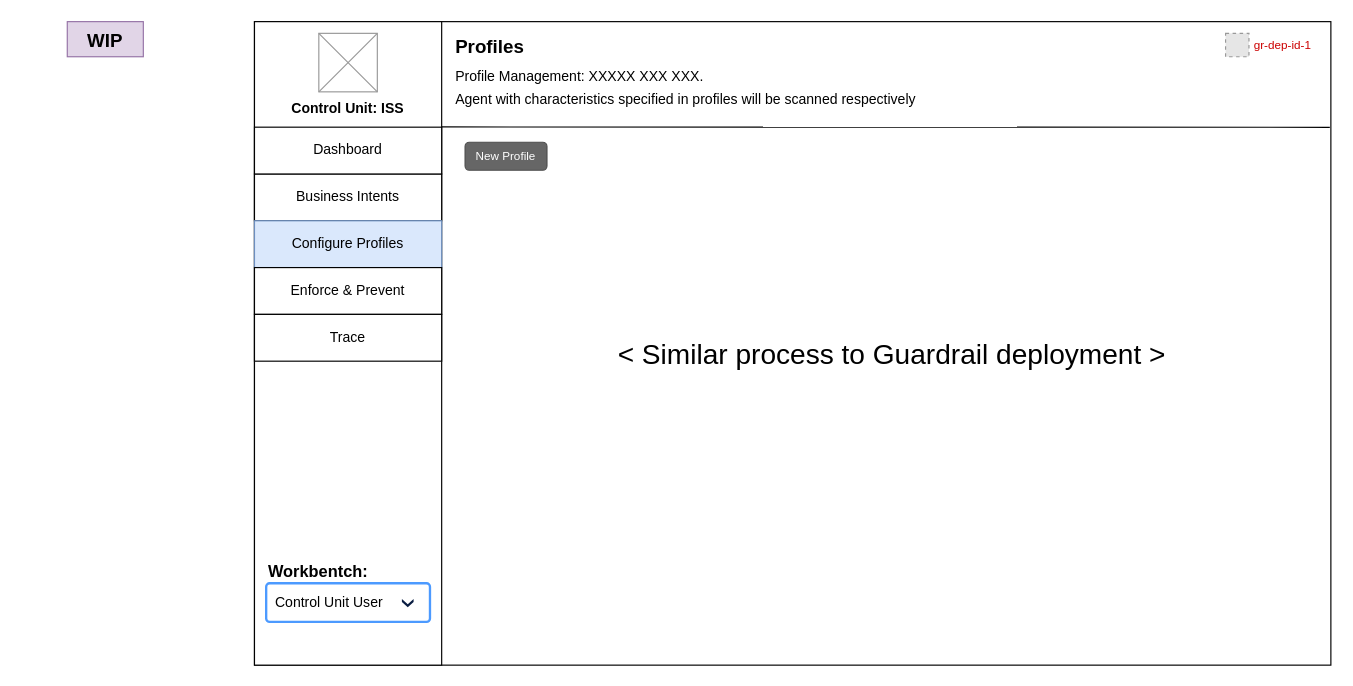
The draw.io diagram page "CUU-PF-Index" (8 of 19) of NMGR.drawio in thinker-g/fx-drive, before the edit. Source tidied: cells renumbered, new cells numbered last; positions are measured from the earlier drawing's top-left corner, leaving out a move shared by most shapes. Both pictures are drawn from the tidied source at 117%, with x=0, y=0 at pixel (67, 21). Pictures stored in the file or linked from it are replaced by grey dashed boxes.
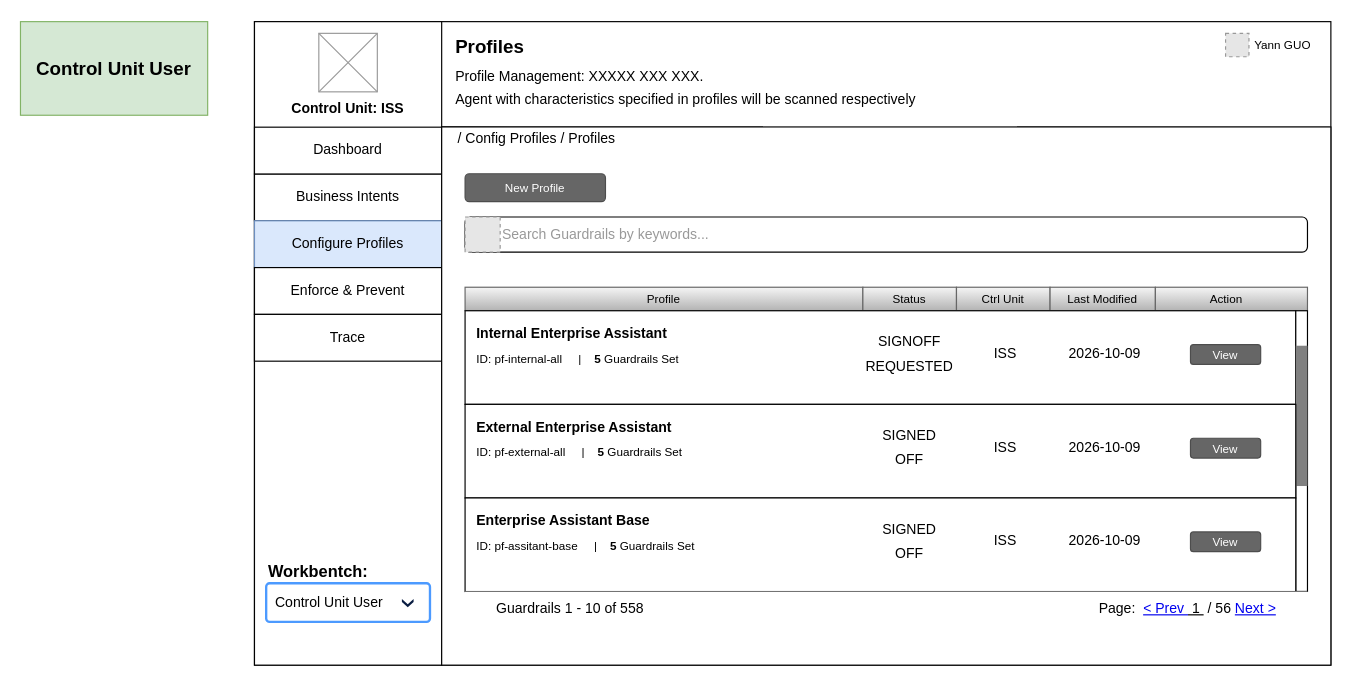
The same page after the edit.

Unchanged cells that the change refers to:
```xml
<mxCell id="5" style="group;" parent="1" vertex="1">
  <mxGeometry x="990" y="10" width="78.3" height="20" as="geometry" />
</mxCell>
```

Change to the diagram source:
```diff
@@
-    <mxCell id="7" value="gr-dep-id-1" style="text;html=1;whiteSpace=wrap;strokeColor=none;fillColor=none;align=center;verticalAlign=middle;rounded=0;autosizeText=1;fontSize=10;fontColor=#CC0000;" parent="5" vertex="1">
+    <mxCell id="7" value="Yann GUO" style="text;html=1;whiteSpace=wrap;strokeColor=none;fillColor=none;align=center;verticalAlign=middle;rounded=0;autosizeText=1;fontSize=10;fontColor=#000000;" parent="5" vertex="1">
       <mxGeometry x="20" width="58.3" height="20" as="geometry" />
     </mxCell>
-    <mxCell id="8" value="New Profile" style="rounded=1;html=1;shadow=0;dashed=0;whiteSpace=wrap;fontSize=10;fillColor=#666666;align=center;strokeColor=#4D4D4D;fontColor=#ffffff;" parent="1" vertex="1">
-      <mxGeometry x="340" y="103.1" width="70" height="23.9" as="geometry" />
-    </mxCell>
-    <mxCell id="9" value="&amp;lt; Similar process to Guardrail deployment &amp;gt;" style="text;html=1;whiteSpace=wrap;strokeColor=none;fillColor=none;align=center;verticalAlign=middle;rounded=0;fontSize=24;" parent="1" vertex="1">
-      <mxGeometry x="350" y="270" width="710" height="30" as="geometry" />
-    </mxCell>
-    <mxCell id="10" value="WIP" style="text;html=1;whiteSpace=wrap;overflow=hidden;rounded=0;spacing=0;spacingLeft=0;verticalAlign=bottom;fontSize=16;spacingBottom=4;fillColor=#e1d5e7;strokeColor=#9673a6;align=center;fontStyle=1;" parent="1" vertex="1">
-      <mxGeometry width="65" height="30" as="geometry" />
-    </mxCell>
@@
+    <mxCell id="22" style="group;" parent="1" vertex="1">
+      <mxGeometry x="320" y="90" width="760" height="460" as="geometry" />
+    </mxCell>
+    <mxCell id="23" style="rounded=0;whiteSpace=wrap;html=1;" parent="22" vertex="1">
+      <mxGeometry width="760" height="460" as="geometry" />
+    </mxCell>
+    <mxCell id="24" value="/ Config Profiles / Profiles" style="fillColor=none;strokeColor=none;html=1;fontColor=#000000;align=left;verticalAlign=middle;whiteSpace=wrap;fontSize=12;fontStyle=0;spacingLeft=12;" parent="22" vertex="1">
+      <mxGeometry width="360" height="20" as="geometry" />
+    </mxCell>
+    <mxCell id="25" style="group;" parent="22" vertex="1">
+      <mxGeometry x="20" y="77" width="720" height="30" as="geometry" />
+    </mxCell>
+    <mxCell id="26" style="rounded=1;whiteSpace=wrap;html=1;roundedPerimeter=1;" parent="25" vertex="1">
+      <mxGeometry width="720" height="30" as="geometry" />
+    </mxCell>
+    <mxCell id="27" style="fillColor=#E6E6E6;strokeColor=#999999;dashed=1;html=1;verticalAlign=top;verticalLabelPosition=bottom;labelBackgroundColor=#ffffff;" parent="25" vertex="1">
+      <mxGeometry width="30" height="30" as="geometry" />
+    </mxCell>
+    <mxCell id="28" value="Search Guardrails by keywords..." style="text;html=1;whiteSpace=wrap;strokeColor=none;fillColor=none;align=left;verticalAlign=middle;rounded=0;fontColor=#999999;" parent="25" vertex="1">
+      <mxGeometry x="30" width="220" height="30" as="geometry" />
+    </mxCell>
+    <mxCell id="29" value="Profile" style="whiteSpace=wrap;html=1;shadow=0;dashed=0;fontSize=10;align=center;fillColor=#f5f5f5;strokeColor=#666666;gradientColor=#b3b3b3;" parent="22" vertex="1">
+      <mxGeometry x="20" y="137" width="340" height="20" as="geometry" />
+    </mxCell>
+    <mxCell id="30" value="Status" style="whiteSpace=wrap;html=1;shadow=0;dashed=0;fontSize=10;align=center;fillColor=#f5f5f5;strokeColor=#666666;gradientColor=#b3b3b3;" parent="22" vertex="1">
+      <mxGeometry x="360" y="137" width="80" height="20" as="geometry" />
+    </mxCell>
+    <mxCell id="31" value="Ctrl Unit" style="whiteSpace=wrap;html=1;shadow=0;dashed=0;fontSize=10;align=center;fillColor=#f5f5f5;strokeColor=#666666;gradientColor=#b3b3b3;" parent="22" vertex="1">
+      <mxGeometry x="440" y="137" width="80" height="20" as="geometry" />
+    </mxCell>
+    <mxCell id="32" value="Last Modified" style="whiteSpace=wrap;html=1;shadow=0;dashed=0;fontSize=10;align=center;fillColor=#f5f5f5;strokeColor=#666666;gradientColor=#b3b3b3;" parent="22" vertex="1">
+      <mxGeometry x="520" y="137" width="90" height="20" as="geometry" />
+    </mxCell>
+    <mxCell id="33" value="Action&amp;nbsp; &amp;nbsp;" style="whiteSpace=wrap;html=1;shadow=0;dashed=0;fontSize=10;align=center;fillColor=#f5f5f5;strokeColor=#666666;gradientColor=#b3b3b3;" parent="22" vertex="1">
+      <mxGeometry x="610" y="137" width="130" height="20" as="geometry" />
+    </mxCell>
+    <mxCell id="34" style="group;" parent="22" vertex="1">
+      <mxGeometry x="20" y="157" width="710" height="80.1" as="geometry" />
+    </mxCell>
+    <mxCell id="35" style="rounded=0;whiteSpace=wrap;html=1;" parent="34" vertex="1">
+      <mxGeometry y="0.1" width="710" height="80" as="geometry" />
+    </mxCell>
+    <mxCell id="36" value="&lt;h3 style=&quot;margin-top: 0px; margin-bottom: 6px;&quot;&gt;&lt;span style=&quot;font-size: 12px;&quot;&gt;Internal Enterprise Assistant&lt;/span&gt;&lt;/h3&gt;&lt;p style=&quot;margin-top: 6px; margin-bottom: 6px;&quot;&gt;&lt;font style=&quot;font-size: 10px;&quot;&gt;ID: pf-internal-all&amp;nbsp; &amp;nbsp; &amp;nbsp;|&amp;nbsp; &amp;nbsp; &lt;b style=&quot;&quot;&gt;5&lt;/b&gt;&amp;nbsp;Guardrails Set&lt;/font&gt;&lt;/p&gt;" style="text;html=1;whiteSpace=wrap;overflow=hidden;rounded=0;verticalAlign=top;spacing=6;labelPosition=center;verticalLabelPosition=middle;align=left;spacingLeft=4;" parent="34" vertex="1">
+      <mxGeometry width="340" height="80" as="geometry" />
+    </mxCell>
+    <mxCell id="37" value="&lt;p style=&quot;margin-top: 0px; margin-bottom: 6px;&quot;&gt;SIGNOFF&lt;/p&gt;&lt;p style=&quot;margin-top: 0px; margin-bottom: 6px;&quot;&gt;REQUESTED&lt;/p&gt;" style="text;html=1;whiteSpace=wrap;overflow=hidden;rounded=0;verticalAlign=middle;spacing=2;labelPosition=center;verticalLabelPosition=middle;align=center;spacingLeft=0;fontSize=12;" parent="34" vertex="1">
+      <mxGeometry x="340" width="80" height="80" as="geometry" />
+    </mxCell>
+    <mxCell id="38" value="&lt;p style=&quot;margin-top: 0px; margin-bottom: 6px;&quot;&gt;ISS&lt;/p&gt;" style="text;html=1;whiteSpace=wrap;overflow=hidden;rounded=0;verticalAlign=middle;spacing=6;labelPosition=center;verticalLabelPosition=middle;align=center;spacingLeft=4;" parent="34" vertex="1">
+      <mxGeometry x="420" width="80" height="80" as="geometry" />
+    </mxCell>
+    <mxCell id="39" value="&lt;p style=&quot;margin-top: 0px; margin-bottom: 6px;&quot;&gt;2026-10-09&lt;/p&gt;" style="text;html=1;whiteSpace=wrap;overflow=hidden;rounded=0;verticalAlign=middle;spacing=6;labelPosition=center;verticalLabelPosition=middle;align=center;spacingLeft=4;" parent="34" vertex="1">
+      <mxGeometry x="500" width="90" height="80" as="geometry" />
+    </mxCell>
+    <mxCell id="40" value="View" style="rounded=1;html=1;shadow=0;dashed=0;whiteSpace=wrap;fontSize=10;fillColor=#666666;align=center;strokeColor=#4D4D4D;fontColor=#ffffff;" parent="34" vertex="1">
+      <mxGeometry x="620" y="29.1" width="60" height="16.9" as="geometry" />
+    </mxCell>
+    <mxCell id="41" style="group;" parent="22" vertex="1">
+      <mxGeometry x="730" y="157.1" width="10" height="239.9" as="geometry" />
+    </mxCell>
+    <mxCell id="42" style="rounded=0;whiteSpace=wrap;html=1;" parent="41" vertex="1">
+      <mxGeometry width="10" height="239.9" as="geometry" />
+    </mxCell>
+    <mxCell id="43" style="rounded=0;whiteSpace=wrap;html=1;strokeColor=none;fillStyle=auto;gradientColor=none;gradientDirection=radial;fillColor=light-dark(#808080,#999999);" parent="41" vertex="1">
+      <mxGeometry y="29.9" width="10" height="119.9" as="geometry" />
+    </mxCell>
+    <mxCell id="44" style="group;" parent="22" vertex="1">
+      <mxGeometry x="20" y="237" width="710" height="80.1" as="geometry" />
+    </mxCell>
+    <mxCell id="45" style="rounded=0;whiteSpace=wrap;html=1;" parent="44" vertex="1">
+      <mxGeometry y="0.1" width="710" height="80" as="geometry" />
+    </mxCell>
+    <mxCell id="46" value="&lt;p style=&quot;margin-top: 0px; margin-bottom: 6px;&quot;&gt;SIGNED&lt;/p&gt;&lt;p style=&quot;margin-top: 0px; margin-bottom: 6px;&quot;&gt;OFF&lt;/p&gt;" style="text;html=1;whiteSpace=wrap;overflow=hidden;rounded=0;verticalAlign=middle;spacing=2;labelPosition=center;verticalLabelPosition=middle;align=center;spacingLeft=0;" parent="44" vertex="1">
+      <mxGeometry x="340" width="80" height="80" as="geometry" />
+    </mxCell>
+    <mxCell id="47" value="&lt;p style=&quot;margin-top: 0px; margin-bottom: 6px;&quot;&gt;ISS&lt;/p&gt;" style="text;html=1;whiteSpace=wrap;overflow=hidden;rounded=0;verticalAlign=middle;spacing=6;labelPosition=center;verticalLabelPosition=middle;align=center;spacingLeft=4;" parent="44" vertex="1">
+      <mxGeometry x="420" width="80" height="80" as="geometry" />
+    </mxCell>
+    <mxCell id="48" value="&lt;p style=&quot;margin-top: 0px; margin-bottom: 6px;&quot;&gt;2026-10-09&lt;/p&gt;" style="text;html=1;whiteSpace=wrap;overflow=hidden;rounded=0;verticalAlign=middle;spacing=6;labelPosition=center;verticalLabelPosition=middle;align=center;spacingLeft=4;" parent="44" vertex="1">
+      <mxGeometry x="500" width="90" height="80" as="geometry" />
+    </mxCell>
+    <mxCell id="49" value="View" style="rounded=1;html=1;shadow=0;dashed=0;whiteSpace=wrap;fontSize=10;fillColor=#666666;align=center;strokeColor=#4D4D4D;fontColor=#ffffff;" parent="44" vertex="1">
+      <mxGeometry x="620" y="29.1" width="60" height="16.9" as="geometry" />
+    </mxCell>
+    <mxCell id="50" value="&lt;h3 style=&quot;margin-top: 0px; margin-bottom: 6px;&quot;&gt;&lt;span style=&quot;font-size: 12px;&quot;&gt;External Enterprise Assistant&lt;/span&gt;&lt;/h3&gt;&lt;p style=&quot;margin-top: 6px; margin-bottom: 6px;&quot;&gt;&lt;font style=&quot;font-size: 10px;&quot;&gt;ID: pf-external-all&amp;nbsp; &amp;nbsp; &amp;nbsp;|&amp;nbsp; &amp;nbsp; &lt;b style=&quot;&quot;&gt;5&lt;/b&gt;&amp;nbsp;Guardrails Set&lt;/font&gt;&lt;/p&gt;" style="text;html=1;whiteSpace=wrap;overflow=hidden;rounded=0;verticalAlign=top;spacing=6;labelPosition=center;verticalLabelPosition=middle;align=left;spacingLeft=4;" parent="44" vertex="1">
+      <mxGeometry y="0.1" width="340" height="80" as="geometry" />
+    </mxCell>
+    <mxCell id="51" style="group;spacing=2;" parent="22" vertex="1">
+      <mxGeometry x="20" y="317" width="710" height="80.1" as="geometry" />
+    </mxCell>
+    <mxCell id="52" style="rounded=0;whiteSpace=wrap;html=1;" parent="51" vertex="1">
+      <mxGeometry y="0.1" width="710" height="80" as="geometry" />
+    </mxCell>
+    <mxCell id="53" value="&lt;p style=&quot;margin-top: 0px; margin-bottom: 6px;&quot;&gt;SIGNED&lt;/p&gt;&lt;p style=&quot;margin-top: 0px; margin-bottom: 6px;&quot;&gt;OFF&lt;/p&gt;" style="text;html=1;whiteSpace=wrap;overflow=hidden;rounded=0;verticalAlign=middle;spacing=2;labelPosition=center;verticalLabelPosition=middle;align=center;spacingLeft=0;" parent="51" vertex="1">
+      <mxGeometry x="340" width="80" height="80" as="geometry" />
+    </mxCell>
+    <mxCell id="54" value="&lt;p style=&quot;margin-top: 0px; margin-bottom: 6px;&quot;&gt;ISS&lt;/p&gt;" style="text;html=1;whiteSpace=wrap;overflow=hidden;rounded=0;verticalAlign=middle;spacing=6;labelPosition=center;verticalLabelPosition=middle;align=center;spacingLeft=4;" parent="51" vertex="1">
+      <mxGeometry x="420" width="80" height="80" as="geometry" />
+    </mxCell>
+    <mxCell id="55" value="&lt;p style=&quot;margin-top: 0px; margin-bottom: 6px;&quot;&gt;2026-10-09&lt;/p&gt;" style="text;html=1;whiteSpace=wrap;overflow=hidden;rounded=0;verticalAlign=middle;spacing=6;labelPosition=center;verticalLabelPosition=middle;align=center;spacingLeft=4;" parent="51" vertex="1">
+      <mxGeometry x="500" width="90" height="80" as="geometry" />
+    </mxCell>
+    <mxCell id="56" value="View" style="rounded=1;html=1;shadow=0;dashed=0;whiteSpace=wrap;fontSize=10;fillColor=#666666;align=center;strokeColor=#4D4D4D;fontColor=#ffffff;" parent="51" vertex="1">
+      <mxGeometry x="620" y="29.1" width="60" height="16.9" as="geometry" />
+    </mxCell>
+    <mxCell id="57" value="&lt;h3 style=&quot;margin-top: 0px; margin-bottom: 6px;&quot;&gt;&lt;span style=&quot;font-size: 12px;&quot;&gt;Enterprise Assistant Base&lt;/span&gt;&lt;/h3&gt;&lt;p style=&quot;margin-top: 6px; margin-bottom: 6px;&quot;&gt;&lt;font style=&quot;font-size: 10px;&quot;&gt;ID: pf-assitant-base&amp;nbsp; &amp;nbsp; &amp;nbsp;|&amp;nbsp; &amp;nbsp; &lt;b style=&quot;&quot;&gt;5&lt;/b&gt;&amp;nbsp;Guardrails Set&lt;/font&gt;&lt;/p&gt;" style="text;html=1;whiteSpace=wrap;overflow=hidden;rounded=0;verticalAlign=top;spacing=6;labelPosition=center;verticalLabelPosition=middle;align=left;spacingLeft=4;" parent="51" vertex="1">
+      <mxGeometry y="0.1" width="340" height="80" as="geometry" />
+    </mxCell>
+    <mxCell id="58" style="group;" parent="22" vertex="1">
+      <mxGeometry x="20" y="397.1" width="720" height="30" as="geometry" />
+    </mxCell>
+    <mxCell id="59" style="whiteSpace=wrap;html=1;strokeColor=none;" parent="58" vertex="1">
+      <mxGeometry width="720" height="30" as="geometry" />
+    </mxCell>
+    <mxCell id="60" value="&lt;span&gt;&lt;span style=&quot;color: rgb(0, 0, 0); font-family: Helvetica; font-size: 12px; font-style: normal; font-variant-ligatures: normal; font-variant-caps: normal; font-weight: 400; letter-spacing: normal; orphans: 2; text-align: center; text-indent: 0px; text-transform: none; widows: 2; word-spacing: 0px; -webkit-text-stroke-width: 0px; white-space: normal; text-decoration-thickness: initial; text-decoration-style: initial; text-decoration-color: initial; float: none; display: inline !important;&quot;&gt;Page:&amp;nbsp; &lt;a href=&quot;#&quot;&gt;&amp;lt; Prev&amp;nbsp;&lt;/a&gt;&lt;/span&gt;&lt;u style=&quot;forced-color-adjust: none; color: rgb(0, 0, 0); font-family: Helvetica; font-size: 12px; font-style: normal; font-variant-ligatures: normal; font-variant-caps: normal; font-weight: 400; letter-spacing: normal; orphans: 2; text-align: center; text-indent: 0px; text-transform: none; widows: 2; word-spacing: 0px; -webkit-text-stroke-width: 0px; white-space: normal;&quot;&gt; 1&amp;nbsp;&lt;/u&gt;&lt;span style=&quot;color: rgb(0, 0, 0); font-family: Helvetica; font-size: 12px; font-style: normal; font-variant-ligatures: normal; font-variant-caps: normal; font-weight: 400; letter-spacing: normal; orphans: 2; text-align: center; text-indent: 0px; text-transform: none; widows: 2; word-spacing: 0px; -webkit-text-stroke-width: 0px; white-space: normal; text-decoration-thickness: initial; text-decoration-style: initial; text-decoration-color: initial; float: none; display: inline !important;&quot;&gt;&amp;nbsp;/ 56&lt;/span&gt;&lt;span style=&quot;forced-color-adjust: none; color: rgb(0, 0, 0); font-family: Helvetica; font-size: 12px; font-style: normal; font-variant-ligatures: normal; font-variant-caps: normal; font-weight: 400; letter-spacing: normal; orphans: 2; text-align: center; text-indent: 0px; text-transform: none; widows: 2; word-spacing: 0px; -webkit-text-stroke-width: 0px; white-space: normal;&quot;&gt;&amp;nbsp;&lt;/span&gt;&lt;span style=&quot;color: rgb(0, 0, 0); font-family: Helvetica; font-size: 12px; font-style: normal; font-variant-ligatures: normal; font-variant-caps: normal; font-weight: 400; letter-spacing: normal; orphans: 2; text-align: center; text-indent: 0px; text-transform: none; widows: 2; word-spacing: 0px; -webkit-text-stroke-width: 0px; white-space: normal; text-decoration-thickness: initial; text-decoration-style: initial; text-decoration-color: initial; float: none; display: inline !important;&quot;&gt;&lt;a href=&quot;#&quot;&gt;Next &amp;gt;&lt;/a&gt;&lt;/span&gt;&lt;/span&gt;" style="text;whiteSpace=wrap;html=1;verticalAlign=middle;" parent="58" vertex="1">
+      <mxGeometry x="540" width="180" height="30" as="geometry" />
+    </mxCell>
+    <mxCell id="61" value="&lt;div style=&quot;&quot;&gt;&lt;span style=&quot;background-color: transparent; color: light-dark(rgb(0, 0, 0), rgb(255, 255, 255));&quot;&gt;Guardrails 1 - 10 of 558&lt;/span&gt;&lt;/div&gt;" style="text;whiteSpace=wrap;html=1;verticalAlign=middle;align=center;" parent="58" vertex="1">
+      <mxGeometry width="180" height="30" as="geometry" />
+    </mxCell>
+    <mxCell id="8" value="New Profile" style="rounded=1;html=1;shadow=0;dashed=0;whiteSpace=wrap;fontSize=10;fillColor=#666666;align=center;strokeColor=#4D4D4D;fontColor=#ffffff;" parent="22" vertex="1">
+      <mxGeometry x="20" y="40" width="120" height="23.9" as="geometry" />
+    </mxCell>
+    <mxCell id="62" value="Control Unit&amp;nbsp;&lt;span style=&quot;background-color: transparent; color: light-dark(rgb(0, 0, 0), rgb(255, 255, 255));&quot;&gt;User&lt;/span&gt;" style="text;html=1;whiteSpace=wrap;overflow=hidden;rounded=0;spacing=0;spacingLeft=0;verticalAlign=middle;fontSize=16;spacingBottom=0;align=center;fontStyle=1;fillColor=#d5e8d4;strokeColor=#82b366;" parent="1" vertex="1">
+      <mxGeometry x="-40" width="160" height="80" as="geometry" />
+    </mxCell>
```
